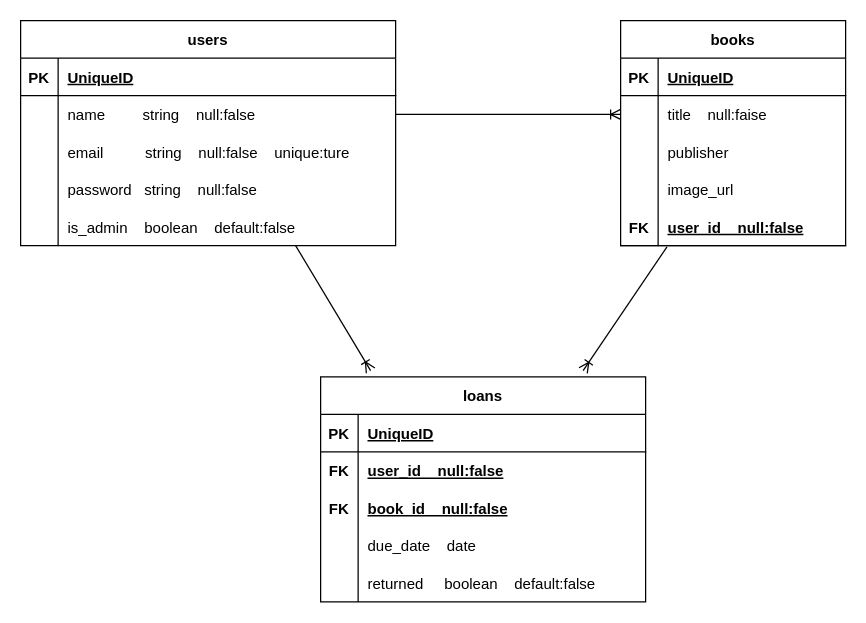
miopanda/book_hub keeps this draw.io diagram as app/bookhub.dio. Above is the earlier version. Source tidied: cells renumbered, new cells numbered last; positions are measured from the earlier drawing's top-left corner, leaving out a move shared by most shapes. Both pictures are drawn from the tidied source at 125%, with x=0, y=0 at pixel (20, 20).
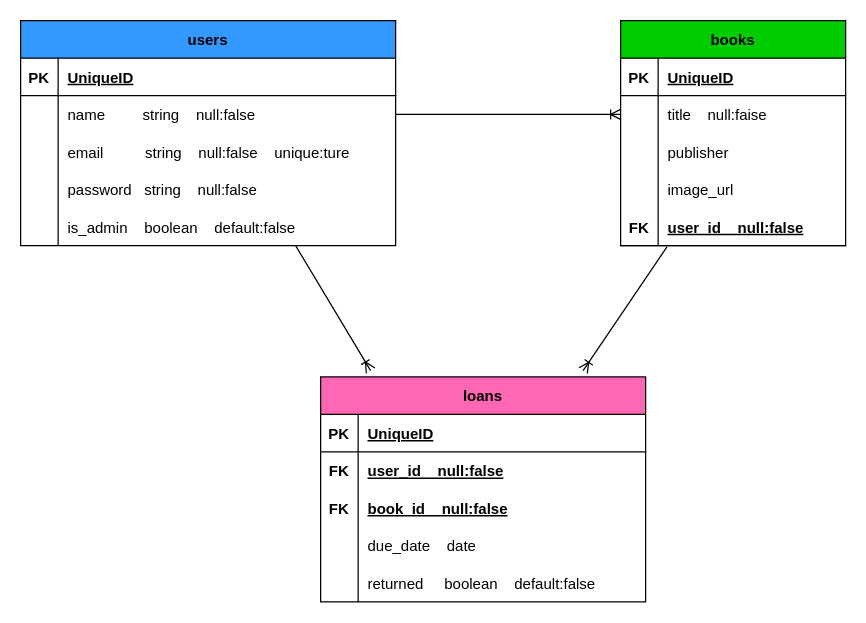
The same page after the edit.

Change to the diagram source:
```diff
@@
-    <mxCell id="2" value="users" style="shape=table;startSize=30;childLayout=tableLayout;rowLines=0;fontStyle=1;align=center;" parent="1" vertex="1">
+    <mxCell id="2" value="users" style="shape=table;startSize=30;childLayout=tableLayout;rowLines=0;fontStyle=1;align=center;fillColor=#3399FF;" parent="1" vertex="1">
       <mxGeometry width="300" height="180" as="geometry" />
     </mxCell>
@@
-    <mxCell id="18" value="books" style="shape=table;startSize=30;childLayout=tableLayout;rowLines=0;fontStyle=1;align=center;" parent="1" vertex="1">
+    <mxCell id="18" value="books" style="shape=table;startSize=30;childLayout=tableLayout;rowLines=0;fontStyle=1;align=center;fillColor=#00CC00;" parent="1" vertex="1">
       <mxGeometry x="480" width="180" height="180" as="geometry" />
     </mxCell>
@@
-    <mxCell id="34" value="loans" style="shape=table;startSize=30;childLayout=tableLayout;rowLines=0;fontStyle=1;align=center;" parent="1" vertex="1">
+    <mxCell id="34" value="loans" style="shape=table;startSize=30;childLayout=tableLayout;rowLines=0;fontStyle=1;align=center;fillColor=#FF66B3;" parent="1" vertex="1">
       <mxGeometry x="240" y="285" width="260" height="180" as="geometry" />
     </mxCell>
```
